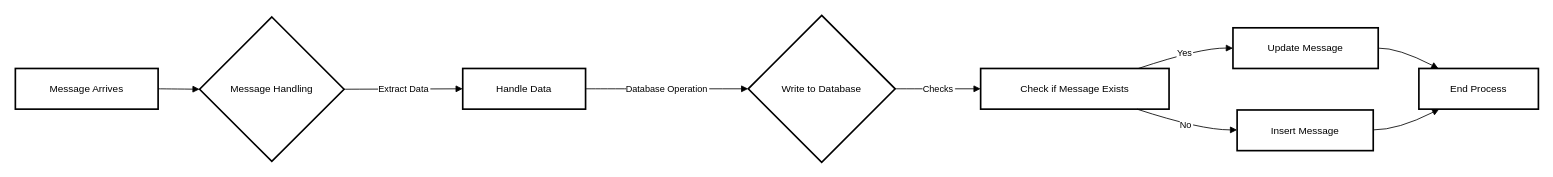
amirkhanorazbay/test keeps this draw.io diagram as Untitled Diagram.drawio. Above is the earlier version. Source tidied: cells renumbered, new cells numbered last; positions are measured from the earlier drawing's top-left corner, leaving out a move shared by most shapes. Both pictures are drawn from the tidied source at 83%, with x=0, y=0 at pixel (15, 15).
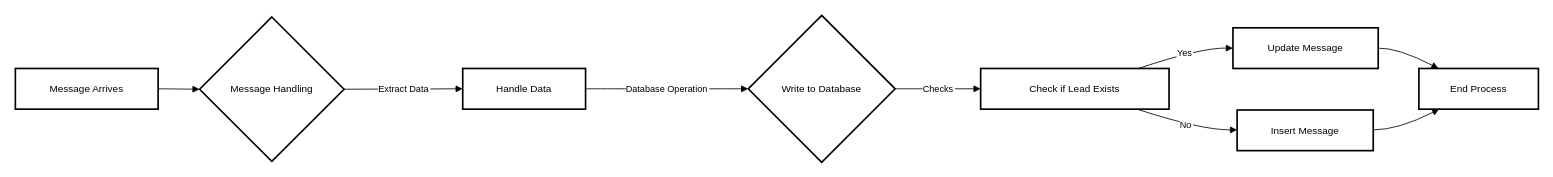
The same page after the edit.

The edit, as a diff of the source:
```diff
@@
-    <mxCell id="6" value="Check if Message Exists" style="whiteSpace=wrap;strokeWidth=2;" parent="1" vertex="1">
+    <mxCell id="6" value="Check if Lead Exists" style="whiteSpace=wrap;strokeWidth=2;" parent="1" vertex="1">
       <mxGeometry x="1163" y="64" width="227" height="49" as="geometry" />
     </mxCell>
```
